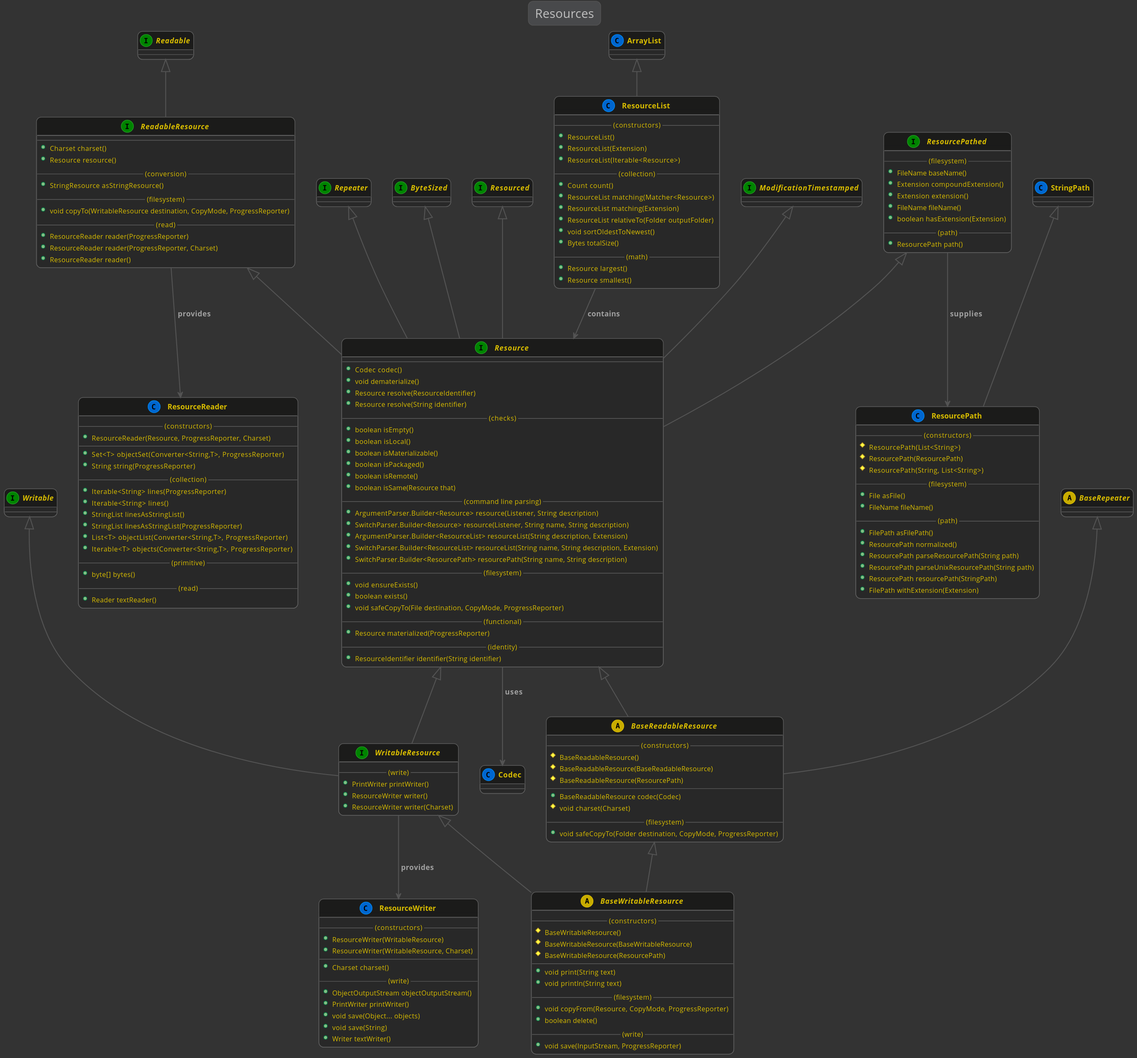
Telenav/kivakit keeps this PlantUML diagram as kivakit-core/resource/documentation/diagrams/diagram-resource.svg. Above is the earlier version.
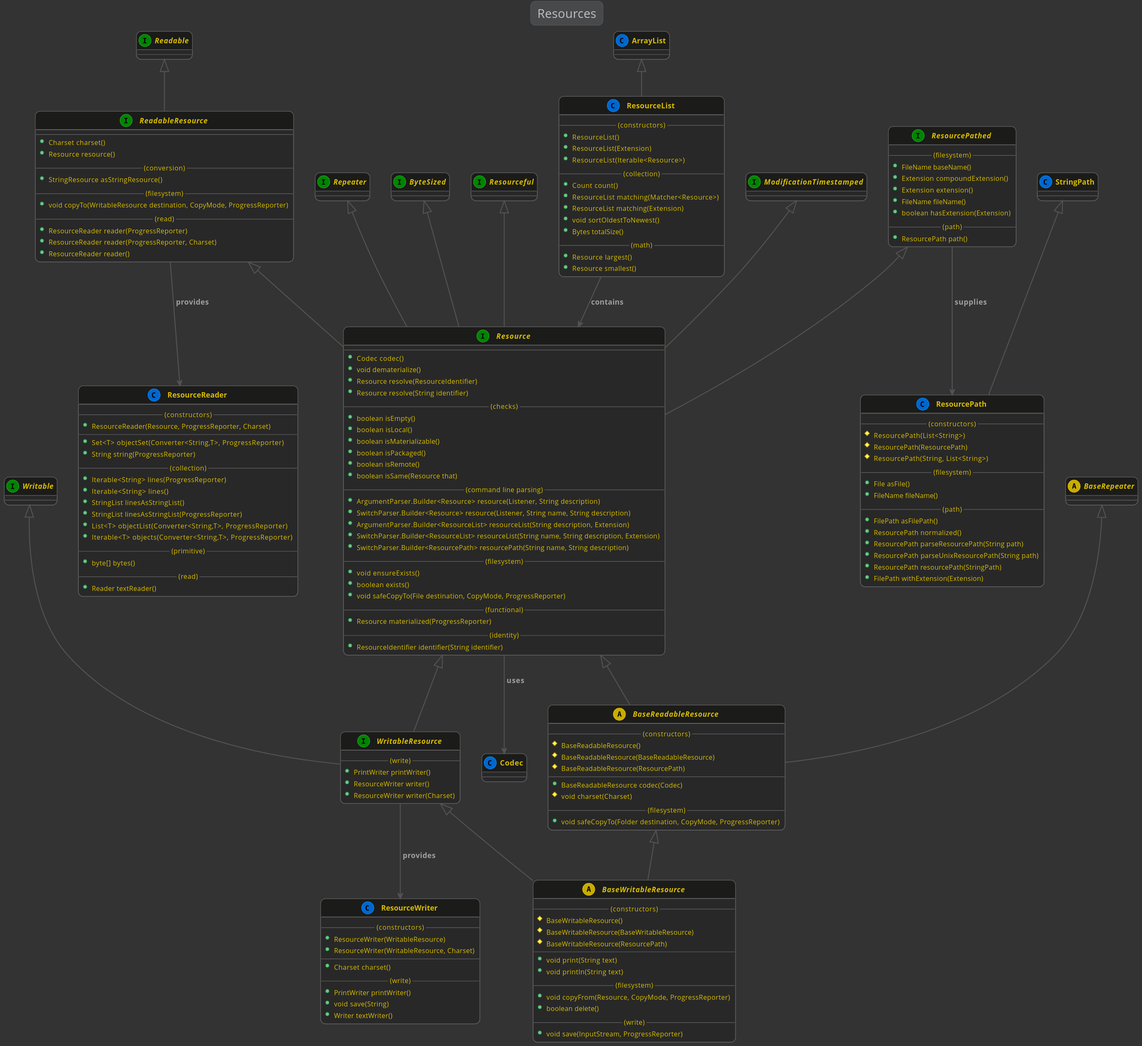
The same file after the commit.

The edit, as a diff of the source:
```diff
@@ -66,13 +66,13 @@
     interface ReadableResource
     interface Repeater
     interface ResourcePathed
-    interface Resourced
+    interface Resourceful
     ResourcePathed <|-- Resource
     ModificationTimestamped <|-- Resource
     ByteSized <|-- Resource
     ReadableResource <|-- Resource
     Repeater <|-- Resource
-    Resourced <|-- Resource
+    Resourceful <|-- Resource
     Resource --> Codec : "uses"
     interface Resource
     {
@@ -116,7 +116,6 @@
         +Count count()
         +ResourceList matching(Matcher<Resource>)
         +ResourceList matching(Extension)
-        +ResourceList relativeTo(Folder outputFolder)
         +void sortOldestToNewest()
         +Bytes totalSize()
         --(math)--
@@ -184,9 +183,7 @@
         --
         +Charset charset()
         --(write)--
-        +ObjectOutputStream objectOutputStream()
         +PrintWriter printWriter()
-        +void save(Object... objects)
         +void save(String)
         +Writer textWriter()
     }
```
